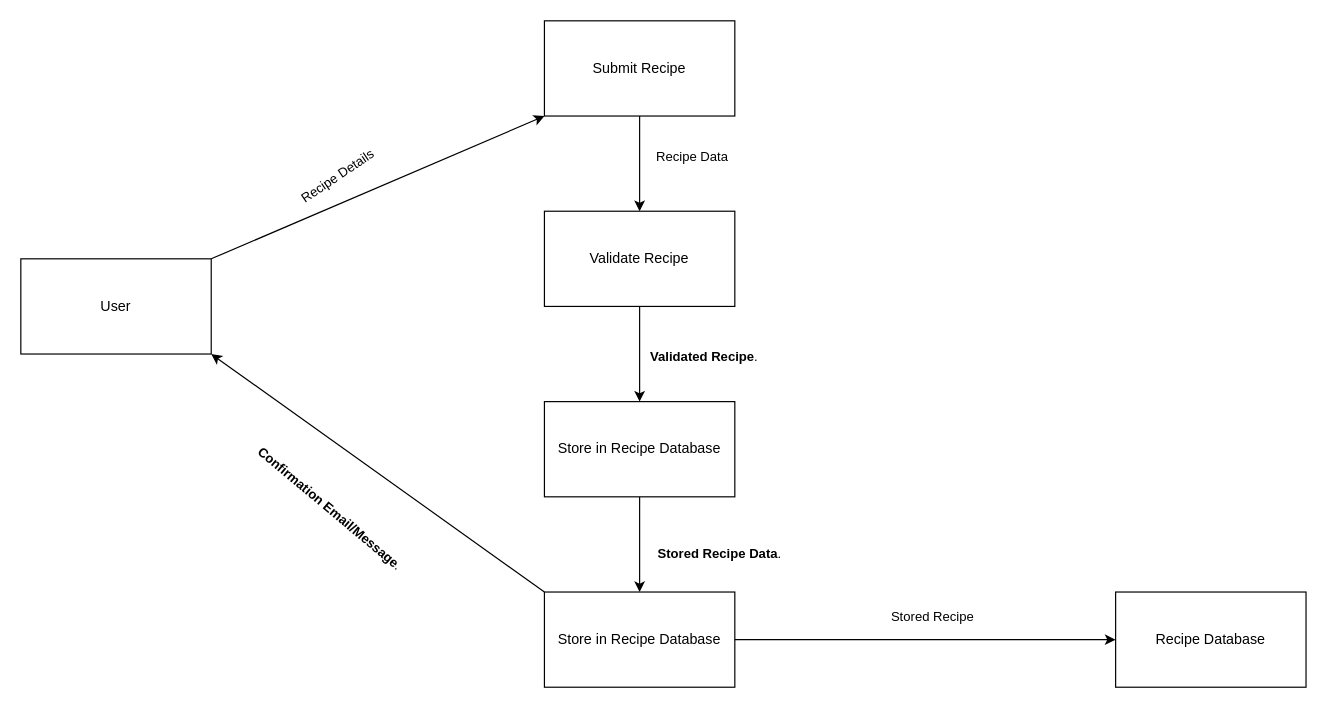
Above: Untitled Diagram.drawio in fsial-tech/recipe-hub (draw.io), before the change. Source tidied: cells renumbered, new cells numbered last; positions are measured from the earlier drawing's top-left corner, leaving out a move shared by most shapes. Both pictures are drawn from the tidied source at 119%, with x=0, y=0 at pixel (20, 20).
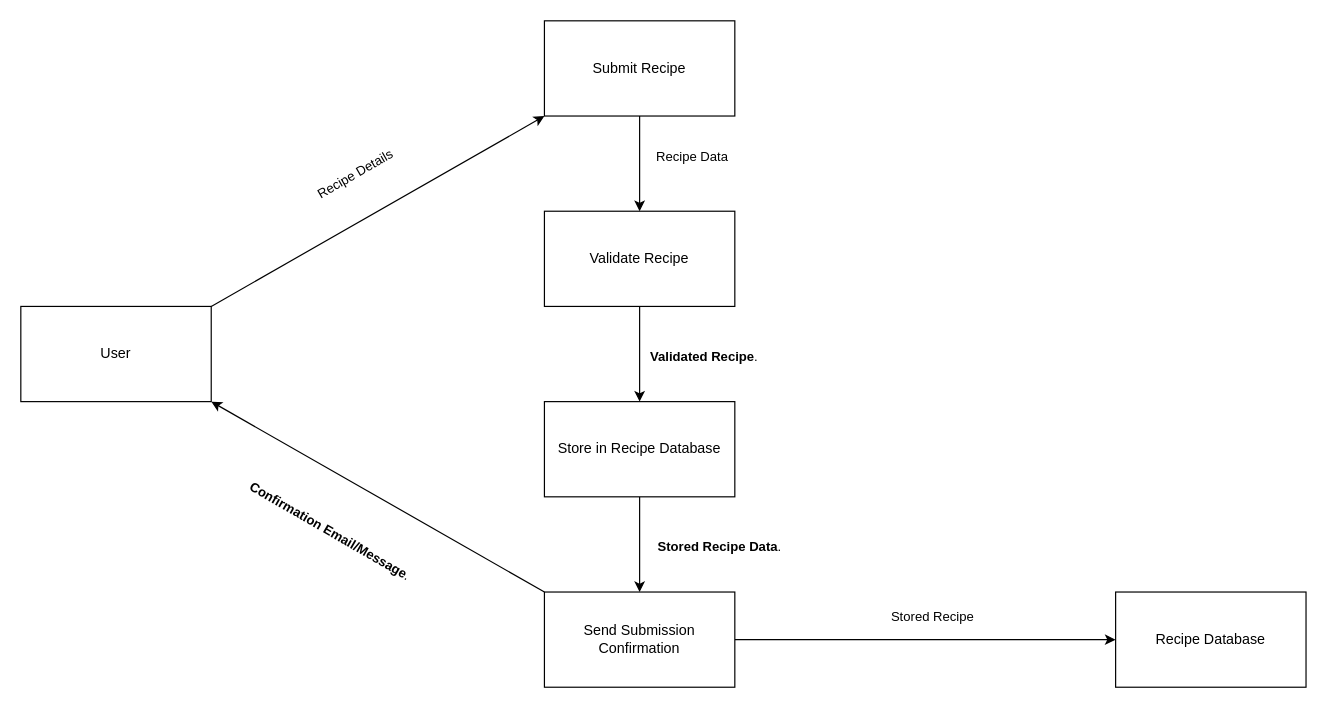
Above is the later version.

The change refers to these unchanged cells:
```xml
<mxCell id="10" value="Recipe Database" style="rounded=0;whiteSpace=wrap;html=1;" parent="1" vertex="1">
  <mxGeometry x="920" y="480" width="160" height="80" as="geometry" />
</mxCell>
<mxCell id="11" value="Store in Recipe Database" style="rounded=0;whiteSpace=wrap;html=1;" parent="1" vertex="1">
  <mxGeometry x="440" y="320" width="160" height="80" as="geometry" />
</mxCell>
<mxCell id="12" style="endArrow=classic;html=1;rounded=0;exitX=1;exitY=0;exitDx=0;exitDy=0;entryX=0;entryY=1;entryDx=0;entryDy=0;" parent="1" edge="1" source="7" target="8">
  <mxGeometry relative="1" as="geometry" />
</mxCell>
```

The edit, as a diff of the source:
```diff
@@
-    <mxCell id="2" value="Store in Recipe Database" style="rounded=0;whiteSpace=wrap;html=1;" parent="1" vertex="1">
-      <mxGeometry x="440" y="480" width="160" height="80" as="geometry" />
-    </mxCell>
-    <mxCell id="3" style="endArrow=classic;html=1;rounded=0;entryX=0.5;entryY=0;entryDx=0;entryDy=0;exitX=0.5;exitY=1;exitDx=0;exitDy=0;" parent="1" edge="1" source="11" target="2">
-      <mxGeometry relative="1" as="geometry" />
+    <mxCell id="3" style="endArrow=classic;html=1;rounded=0;entryX=0.5;entryY=0;entryDx=0;entryDy=0;exitX=0.5;exitY=1;exitDx=0;exitDy=0;" parent="1" edge="1" source="11">
+      <mxGeometry relative="1" as="geometry">
+        <mxPoint x="520" y="480" as="targetPoint" />
+      </mxGeometry>
     </mxCell>
     <mxCell id="4" value="&lt;strong&gt;Stored Recipe Data&lt;/strong&gt;." style="edgeLabel;html=1;align=center;verticalAlign=middle;" parent="3" vertex="1">
       <mxGeometry x="-0.21" y="1" relative="1" as="geometry">
-        <mxPoint x="65" y="15" as="offset" />
+        <mxPoint x="65" y="9" as="offset" />
       </mxGeometry>
     </mxCell>
-    <mxCell id="5" style="endArrow=classic;html=1;rounded=0;entryX=1;entryY=1;entryDx=0;entryDy=0;exitX=0;exitY=0;exitDx=0;exitDy=0;" parent="1" edge="1" source="2" target="7">
-      <mxGeometry relative="1" as="geometry" />
+    <mxCell id="5" style="endArrow=classic;html=1;rounded=0;entryX=1;entryY=1;entryDx=0;entryDy=0;exitX=0;exitY=0;exitDx=0;exitDy=0;" parent="1" edge="1" target="7">
+      <mxGeometry relative="1" as="geometry">
+        <mxPoint x="440" y="480" as="sourcePoint" />
+      </mxGeometry>
     </mxCell>
-    <mxCell id="6" value="&lt;strong&gt;Confirmation Email/Message&lt;/strong&gt;." style="edgeLabel;html=1;align=center;verticalAlign=middle;rotation=40;" parent="5" vertex="1">
+    <mxCell id="6" value="&lt;strong&gt;Confirmation Email/Message&lt;/strong&gt;." style="edgeLabel;html=1;align=center;verticalAlign=middle;rotation=30;" parent="5" vertex="1">
       <mxGeometry x="-0.05" y="2" relative="1" as="geometry">
         <mxPoint x="-46" y="22" as="offset" />
       </mxGeometry>
     </mxCell>
     <mxCell id="7" value="User" style="rounded=0;whiteSpace=wrap;html=1;" parent="1" vertex="1">
-      <mxGeometry y="200" width="160" height="80" as="geometry" />
+      <mxGeometry y="240" width="160" height="80" as="geometry" />
     </mxCell>
@@
-    <mxCell id="13" value="Recipe Details" style="edgeLabel;html=1;align=center;verticalAlign=middle;rotation=-34;" parent="12" vertex="1">
+    <mxCell id="13" value="Recipe Details" style="edgeLabel;html=1;align=center;verticalAlign=middle;rotation=-30;" parent="12" vertex="1">
       <mxGeometry x="0.02" y="-4" relative="1" as="geometry">
-        <mxPoint x="-39" y="-12" as="offset" />
+        <mxPoint x="-24" y="-33" as="offset" />
       </mxGeometry>
     </mxCell>
@@
-    <mxCell id="18" style="endArrow=classic;html=1;rounded=0;entryX=0;entryY=0.5;entryDx=0;entryDy=0;exitX=1;exitY=0.5;exitDx=0;exitDy=0;" parent="1" edge="1" source="2" target="10">
-      <mxGeometry relative="1" as="geometry" />
+    <mxCell id="18" style="endArrow=classic;html=1;rounded=0;entryX=0;entryY=0.5;entryDx=0;entryDy=0;exitX=1;exitY=0.5;exitDx=0;exitDy=0;" parent="1" edge="1" target="10">
+      <mxGeometry relative="1" as="geometry">
+        <mxPoint x="600" y="520" as="sourcePoint" />
+      </mxGeometry>
     </mxCell>
@@
+    <mxCell id="20" value="Send Submission Confirmation" style="rounded=0;whiteSpace=wrap;html=1;" parent="1" vertex="1">
+      <mxGeometry x="440" y="480" width="160" height="80" as="geometry" />
+    </mxCell>
```
